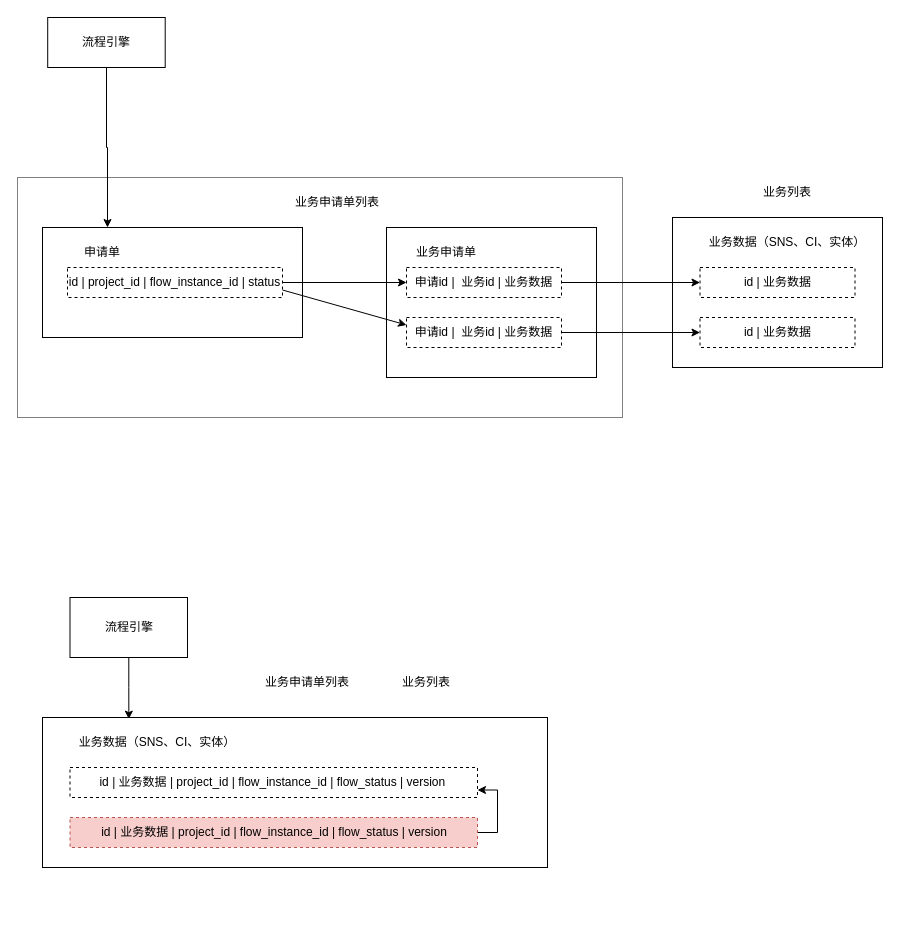
Above: 体系文件协同编辑和管理工具/流程申请单设计.drawio in DemonHan/KuickBuy (draw.io), before the change. Source tidied: cells renumbered, new cells numbered last; positions are measured from the earlier drawing's top-left corner, leaving out a move shared by most shapes. Both pictures are drawn from the tidied source at 100%, with x=0, y=0 at pixel (17, 17).
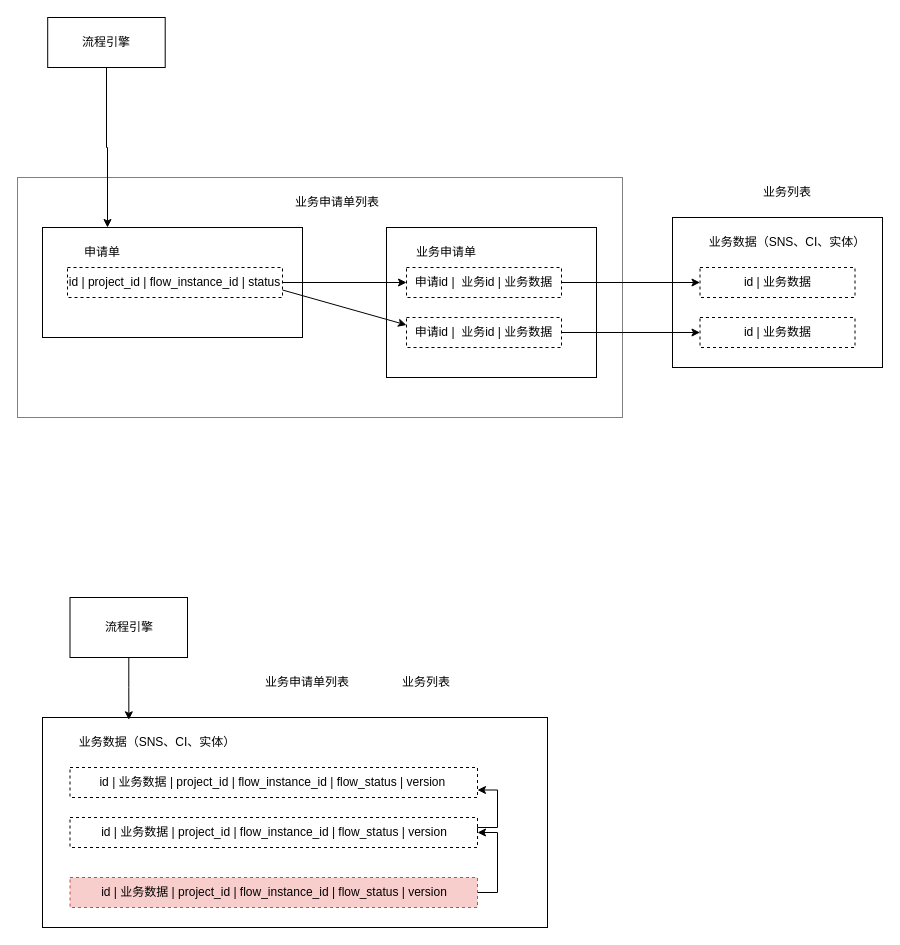
The same diagram, later.

Commit message:
更新流程申请单设计.drawio

Unchanged cells that the change refers to:
```xml
<mxCell id="20" value="id |&amp;nbsp;业务数据 |&amp;nbsp;project_id | flow_instance_id | flow_status | version&amp;nbsp;" style="text;html=1;align=center;verticalAlign=middle;whiteSpace=wrap;rounded=0;strokeColor=default;dashed=1;" parent="1" vertex="1">
  <mxGeometry x="52.5" y="750" width="407.5" height="30" as="geometry" />
</mxCell>
```

The edit, as a diff of the source:
```diff
@@
     <mxCell id="18" style="rounded=0;whiteSpace=wrap;html=1;" parent="1" vertex="1">
-      <mxGeometry x="25" y="700" width="505" height="150" as="geometry" />
+      <mxGeometry x="25" y="700" width="505" height="210" as="geometry" />
     </mxCell>
@@
     <mxCell id="21" style="edgeStyle=orthogonalEdgeStyle;rounded=0;jettySize=auto;html=1;entryX=1;entryY=0.75;entryDx=0;entryDy=0;exitX=1;exitY=0.5;exitDx=0;exitDy=0;" parent="1" edge="1" source="22" target="20">
       <mxGeometry relative="1" as="geometry">
         <Array as="points">
-          <mxPoint x="480" y="815" />
+          <mxPoint x="460" y="810" />
+          <mxPoint x="480" y="810" />
           <mxPoint x="480" y="773" />
         </Array>
       </mxGeometry>
     </mxCell>
-    <mxCell id="22" value="id |&amp;nbsp;业务数据 |&amp;nbsp;project_id | flow_instance_id | flow_status | version" style="text;html=1;align=center;verticalAlign=middle;whiteSpace=wrap;rounded=0;strokeColor=#b85450;dashed=1;fillColor=#f8cecc;" parent="1" vertex="1">
+    <mxCell id="22" value="id |&amp;nbsp;业务数据 |&amp;nbsp;project_id | flow_instance_id | flow_status | version" style="text;html=1;align=center;verticalAlign=middle;whiteSpace=wrap;rounded=0;strokeColor=default;dashed=1;fillColor=none;" parent="1" vertex="1">
       <mxGeometry x="52.5" y="800" width="407.5" height="30" as="geometry" />
     </mxCell>
@@
+    <mxCell id="31" style="edgeStyle=orthogonalEdgeStyle;rounded=0;jettySize=auto;html=1;entryX=1;entryY=0.5;entryDx=0;entryDy=0;exitX=1;exitY=0.5;exitDx=0;exitDy=0;" parent="1" edge="1" source="32" target="22">
+      <mxGeometry relative="1" as="geometry" />
+    </mxCell>
+    <mxCell id="32" value="id |&amp;nbsp;业务数据 |&amp;nbsp;project_id | flow_instance_id | flow_status | version" style="text;html=1;align=center;verticalAlign=middle;whiteSpace=wrap;rounded=0;strokeColor=#b85450;dashed=1;fillColor=#f8cecc;" parent="1" vertex="1">
+      <mxGeometry x="52.5" y="860" width="407.5" height="30" as="geometry" />
+    </mxCell>
```
